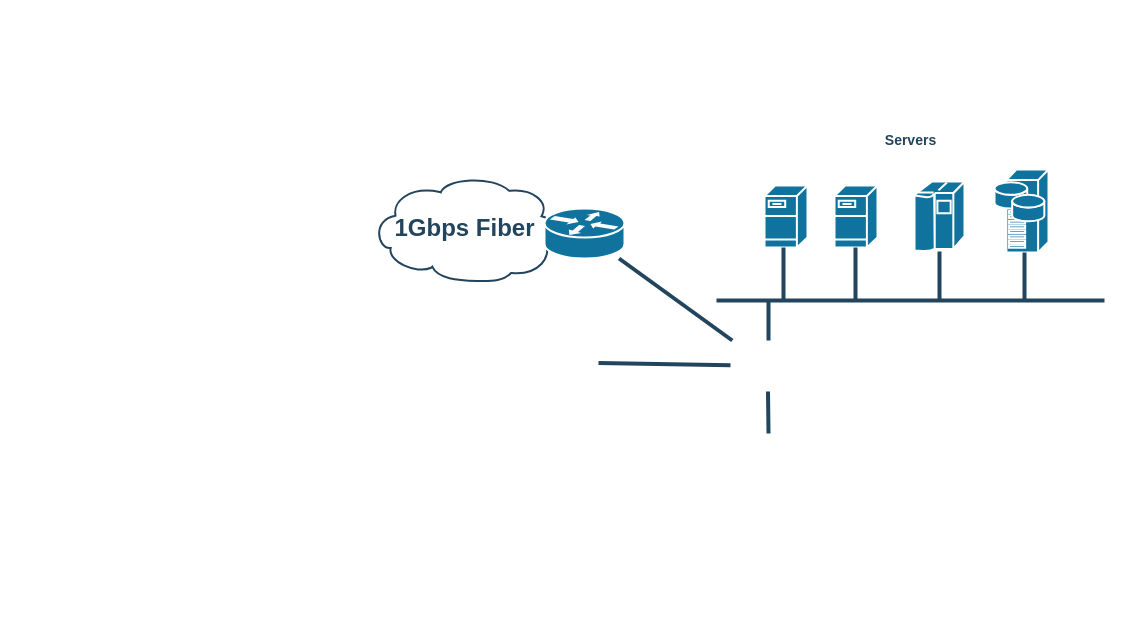
TimJvandenBerg/homelab keeps this draw.io diagram as Homelab.drawio. Above is the earlier version. Source tidied: cells renumbered, new cells numbered last; positions are measured from the earlier drawing's top-left corner, leaving out a move shared by most shapes. Both pictures are drawn from the tidied source at 100%, with x=0, y=0 at pixel (371, 130).
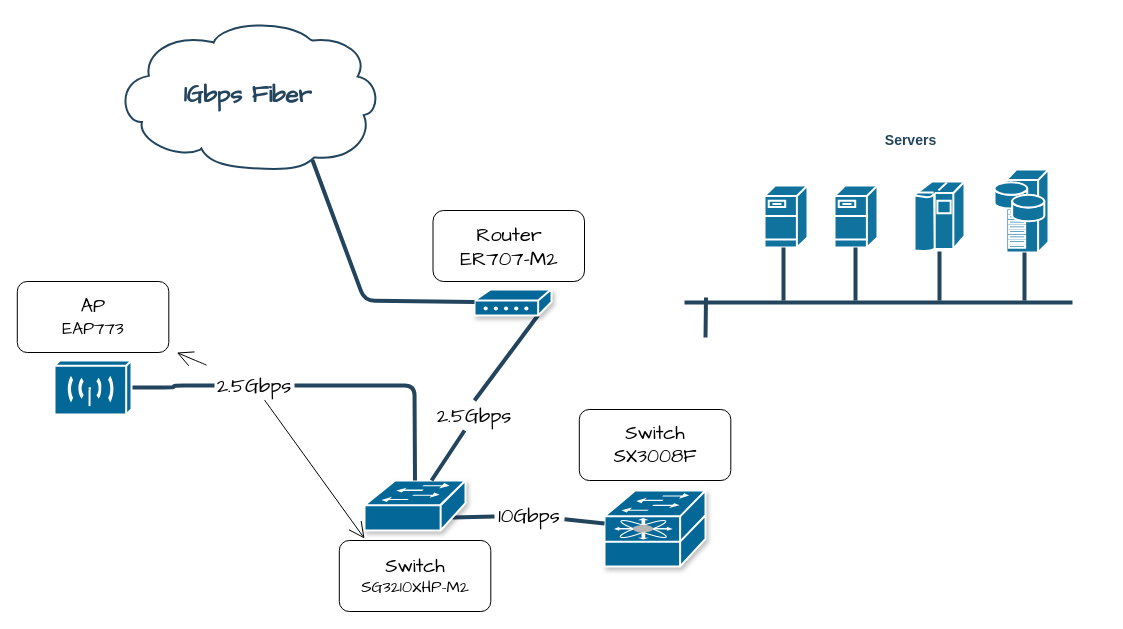
The same page after the edit.

Diff of the diagram source:
```diff
@@
-    <mxCell id="6" value="&lt;div&gt;1Gbps Fiber&lt;/div&gt;" style="shape=mxgraph.cisco.storage.cloud;html=1;dashed=0;strokeColor=#23445D;fillColor=#ffffff;strokeWidth=2;fontFamily=Helvetica;fontSize=24;fontColor=#23445D;align=center;fontStyle=1;" parent="1" vertex="1">
-      <mxGeometry y="45" width="186" height="106" as="geometry" />
+    <mxCell id="6" value="&lt;div&gt;&lt;font face=&quot;Architects Daughter&quot;&gt;1Gbps Fiber&lt;/font&gt;&lt;/div&gt;" style="shape=mxgraph.cisco.storage.cloud;html=1;dashed=0;strokeColor=#23445D;fillColor=#ffffff;strokeWidth=2;fontFamily=Helvetica;fontSize=24;fontColor=#23445D;align=center;fontStyle=1;" parent="1" vertex="1">
+      <mxGeometry x="-257" y="-112" width="266" height="151" as="geometry" />
     </mxCell>
-    <mxCell id="7" style="shape=mxgraph.cisco.routers.router;html=1;dashed=0;fillColor=#10739E;strokeColor=#ffffff;strokeWidth=2;verticalLabelPosition=bottom;verticalAlign=top;fontFamily=Helvetica;fontSize=36;fontColor=#FFB366;" parent="1" vertex="1">
-      <mxGeometry x="173" y="78" width="80" height="50" as="geometry" />
-    </mxCell>
     <mxCell id="8" style="line;html=1;strokeColor=#23445D;" parent="1" vertex="1">
-      <mxGeometry x="345" y="165" width="388" height="10" as="geometry" />
+      <mxGeometry x="313" y="167" width="388" height="10" as="geometry" />
     </mxCell>
@@
     <mxCell id="13" style="edgeStyle=elbowEdgeStyle;elbow=horizontal;endArrow=none;html=1;strokeColor=#23445D;endFill=0;strokeWidth=4;rounded=1;" parent="1" edge="1">
       <mxGeometry relative="1" as="geometry">
-        <mxPoint x="397" y="170" as="sourcePoint" />
-        <mxPoint x="396.5" y="210" as="targetPoint" />
+        <mxPoint x="334.5" y="167" as="sourcePoint" />
+        <mxPoint x="334" y="207" as="targetPoint" />
       </mxGeometry>
     </mxCell>
-    <mxCell id="14" style="edgeStyle=elbowEdgeStyle;elbow=horizontal;endArrow=none;html=1;strokeColor=#23445D;endFill=0;strokeWidth=4;rounded=1;" parent="1" edge="1">
-      <mxGeometry relative="1" as="geometry">
-        <mxPoint x="396.5" y="261" as="sourcePoint" />
-        <mxPoint x="397.3" y="303.1" as="targetPoint" />
-      </mxGeometry>
+    <mxCell id="14" style="edgeStyle=elbowEdgeStyle;elbow=horizontal;endArrow=none;html=1;strokeColor=#23445D;endFill=0;strokeWidth=4;rounded=1;entryX=1;entryY=0.5;entryDx=0;entryDy=0;entryPerimeter=0;exitX=0;exitY=0.5;exitDx=0;exitDy=0;" parent="1" edge="1" source="34" target="29">
+      <mxGeometry relative="1" as="geometry" />
     </mxCell>
-    <mxCell id="15" style="elbow=horizontal;endArrow=none;html=1;strokeColor=#23445D;endFill=0;strokeWidth=4;rounded=1;" parent="1" edge="1" target="7">
+    <mxCell id="15" style="elbow=horizontal;endArrow=none;html=1;strokeColor=#23445D;endFill=0;strokeWidth=4;rounded=1;exitX=0.5;exitY=0;exitDx=0;exitDy=0;exitPerimeter=0;" parent="1" edge="1" source="27">
       <mxGeometry relative="1" as="geometry">
-        <mxPoint x="360.8" y="210" as="sourcePoint" />
+        <mxPoint x="166.4" y="185" as="targetPoint" />
+        <Array as="points">
+          <mxPoint x="103" y="270" />
+        </Array>
       </mxGeometry>
     </mxCell>
-    <mxCell id="16" style="elbow=horizontal;endArrow=none;html=1;strokeColor=#23445D;endFill=0;strokeWidth=4;rounded=1;" parent="1" edge="1">
-      <mxGeometry relative="1" as="geometry">
-        <mxPoint x="359" y="234.8" as="sourcePoint" />
-        <mxPoint x="227" y="232.5" as="targetPoint" />
-      </mxGeometry>
+    <mxCell id="16" style="elbow=horizontal;endArrow=none;html=1;strokeColor=#23445D;endFill=0;strokeWidth=4;rounded=1;entryX=0.87;entryY=0.74;entryDx=0;entryDy=0;entryPerimeter=0;" parent="1" edge="1" source="25" target="23">
+      <mxGeometry relative="1" as="geometry" />
     </mxCell>
@@
+    <mxCell id="18" style="shape=mxgraph.cisco.modems_and_phones.modem;sketch=0;html=1;dashed=0;fillColor=#036897;strokeColor=#ffffff;strokeWidth=2;verticalLabelPosition=bottom;verticalAlign=top;align=center;outlineConnect=0;fontFamily=Architects Daughter;shadow=1;" parent="1" vertex="1">
+      <mxGeometry x="103" y="159" width="77" height="26" as="geometry" />
+    </mxCell>
+    <mxCell id="19" value="&lt;div&gt;&lt;font style=&quot;font-size: 20px;&quot;&gt;Router&lt;/font&gt;&lt;/div&gt;&lt;div&gt;&lt;font style=&quot;font-size: 20px;&quot;&gt;ER707-M2&lt;/font&gt;&lt;/div&gt;" style="rounded=1;whiteSpace=wrap;html=1;fontFamily=Architects Daughter;" parent="1" vertex="1">
+      <mxGeometry x="61.5" y="80" width="151.5" height="71" as="geometry" />
+    </mxCell>
+    <mxCell id="20" style="elbow=horizontal;endArrow=none;html=1;strokeColor=#23445D;endFill=0;strokeWidth=4;rounded=1;entryX=0.744;entryY=0.937;entryDx=0;entryDy=0;entryPerimeter=0;" parent="1" edge="1" source="18" target="6">
+      <mxGeometry relative="1" as="geometry">
+        <Array as="points">
+          <mxPoint x="-7" y="170" />
+        </Array>
+      </mxGeometry>
+    </mxCell>
+    <mxCell id="21" style="shape=mxgraph.cisco.switches.fibre_channel_fabric_switch;html=1;dashed=0;fillColor=#036897;strokeColor=#ffffff;strokeWidth=2;verticalLabelPosition=bottom;verticalAlign=top;align=center;outlineConnect=0;fontFamily=Architects Daughter;shadow=1;" parent="1" vertex="1">
+      <mxGeometry x="233" y="360" width="101" height="77" as="geometry" />
+    </mxCell>
+    <mxCell id="22" value="&lt;div&gt;&lt;font style=&quot;font-size: 19px;&quot;&gt;Switch&lt;/font&gt;&lt;/div&gt;&lt;div&gt;&lt;font style=&quot;font-size: 19px;&quot;&gt;SX3008F&lt;/font&gt;&lt;/div&gt;" style="rounded=1;whiteSpace=wrap;html=1;fontFamily=Architects Daughter;arcSize=14;" parent="1" vertex="1">
+      <mxGeometry x="207.8" y="279" width="151.5" height="71" as="geometry" />
+    </mxCell>
+    <mxCell id="23" style="shape=mxgraph.cisco.switches.workgroup_switch;sketch=0;html=1;dashed=0;fillColor=#036897;strokeColor=#ffffff;strokeWidth=2;verticalLabelPosition=bottom;verticalAlign=top;align=center;outlineConnect=0;fontFamily=Architects Daughter;shadow=1;" parent="1" vertex="1">
+      <mxGeometry x="-7" y="350" width="101" height="50" as="geometry" />
+    </mxCell>
+    <mxCell id="24" style="elbow=horizontal;endArrow=none;html=1;strokeColor=#23445D;endFill=0;strokeWidth=4;rounded=1;" parent="1" edge="1" source="21" target="25">
+      <mxGeometry relative="1" as="geometry" />
+    </mxCell>
+    <mxCell id="25" value="&lt;div&gt;10Gbps&lt;/div&gt;" style="text;strokeColor=none;fillColor=none;html=1;align=center;verticalAlign=middle;whiteSpace=wrap;rounded=0;fontSize=20;fontFamily=Architects Daughter;" parent="1" vertex="1">
+      <mxGeometry x="123" y="370" width="70" height="30" as="geometry" />
+    </mxCell>
+    <mxCell id="26" style="elbow=horizontal;endArrow=none;html=1;strokeColor=#23445D;endFill=0;strokeWidth=4;rounded=1;" parent="1" edge="1" source="23" target="27">
+      <mxGeometry relative="1" as="geometry" />
+    </mxCell>
+    <mxCell id="27" value="2.5Gbps" style="text;strokeColor=none;fillColor=none;html=1;align=center;verticalAlign=middle;whiteSpace=wrap;rounded=0;fontSize=20;fontFamily=Architects Daughter;" parent="1" vertex="1">
+      <mxGeometry x="73" y="270" width="60" height="30" as="geometry" />
+    </mxCell>
+    <mxCell id="28" value="&lt;div&gt;&lt;font style=&quot;font-size: 19px;&quot;&gt;Switch&lt;/font&gt;&lt;/div&gt;&lt;div&gt;&lt;font style=&quot;font-size: 16px;&quot;&gt;SG3210XHP-M2&lt;/font&gt;&lt;/div&gt;" style="rounded=1;whiteSpace=wrap;html=1;fontFamily=Architects Daughter;arcSize=14;" parent="1" vertex="1">
+      <mxGeometry x="-32.2" y="410" width="151.5" height="71" as="geometry" />
+    </mxCell>
+    <mxCell id="29" style="shape=mxgraph.cisco.wireless.wireless_transport;sketch=0;html=1;dashed=0;fillColor=#036897;strokeColor=#ffffff;strokeWidth=2;verticalLabelPosition=bottom;verticalAlign=top;align=center;outlineConnect=0;fontFamily=Architects Daughter;" parent="1" vertex="1">
+      <mxGeometry x="-317" y="230" width="77" height="54" as="geometry" />
+    </mxCell>
+    <mxCell id="30" value="&lt;div&gt;&lt;font style=&quot;font-size: 19px;&quot;&gt;AP&lt;/font&gt;&lt;/div&gt;&lt;div&gt;&lt;font style=&quot;font-size: 17px;&quot;&gt;EAP773&lt;/font&gt;&lt;/div&gt;" style="rounded=1;whiteSpace=wrap;html=1;fontFamily=Architects Daughter;arcSize=14;" parent="1" vertex="1">
+      <mxGeometry x="-354.2" y="151" width="151.5" height="71" as="geometry" />
+    </mxCell>
+    <mxCell id="31" style="edgeStyle=elbowEdgeStyle;elbow=horizontal;endArrow=none;html=1;strokeColor=#23445D;endFill=0;strokeWidth=4;rounded=1;exitX=0.5;exitY=0;exitDx=0;exitDy=0;exitPerimeter=0;entryX=1;entryY=0.5;entryDx=0;entryDy=0;entryPerimeter=0;" parent="1" edge="1" source="23" target="34">
+      <mxGeometry relative="1" as="geometry">
+        <Array as="points">
+          <mxPoint x="43" y="300" />
+        </Array>
+      </mxGeometry>
+    </mxCell>
+    <mxCell id="32" style="edgeStyle=none;curved=1;rounded=0;jettySize=auto;html=1;fontFamily=Architects Daughter;fontSize=16;startSize=14;endArrow=open;endSize=14;sourcePerimeterSpacing=8;targetPerimeterSpacing=8;exitX=0.625;exitY=0.983;exitDx=0;exitDy=0;exitPerimeter=0;" parent="1" edge="1" source="34">
+      <mxGeometry relative="1" as="geometry">
+        <mxPoint x="-7" y="408" as="targetPoint" />
+      </mxGeometry>
+    </mxCell>
+    <mxCell id="33" style="edgeStyle=none;curved=1;rounded=0;jettySize=auto;html=1;fontFamily=Architects Daughter;fontSize=16;startSize=14;endArrow=open;endSize=14;sourcePerimeterSpacing=8;targetPerimeterSpacing=8;" parent="1" edge="1" source="34" target="30">
+      <mxGeometry relative="1" as="geometry" />
+    </mxCell>
+    <mxCell id="34" value="&lt;div&gt;2.5Gbps&lt;/div&gt;" style="text;strokeColor=none;fillColor=none;html=1;align=center;verticalAlign=middle;whiteSpace=wrap;rounded=0;fontSize=20;fontFamily=Architects Daughter;" parent="1" vertex="1">
+      <mxGeometry x="-157" y="240" width="80" height="30" as="geometry" />
+    </mxCell>
```
